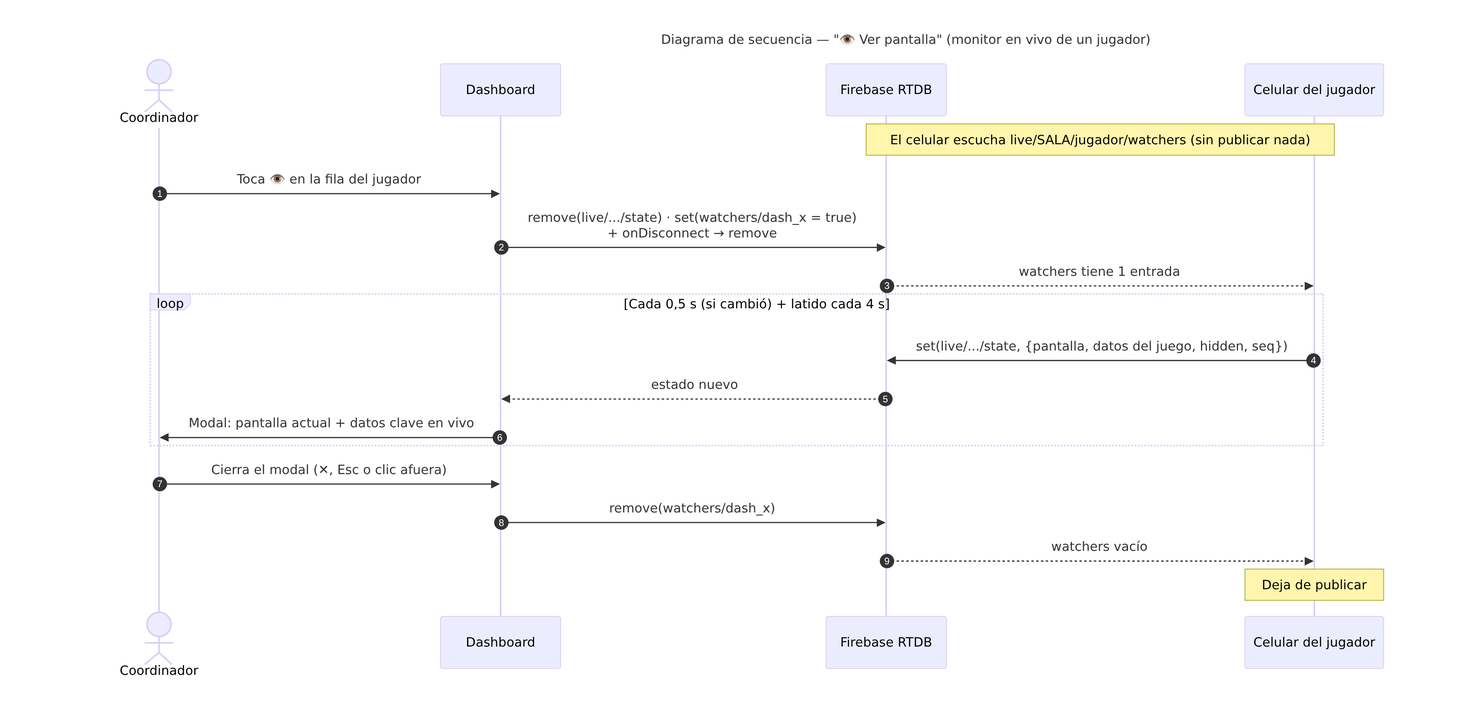
The Mermaid diagram docs/diagramas/13-secuencia-monitor.png in morphine75/escape_room, before a commit. Its source is kept beside it as docs/diagramas/fuentes/13-secuencia-monitor.mmd.
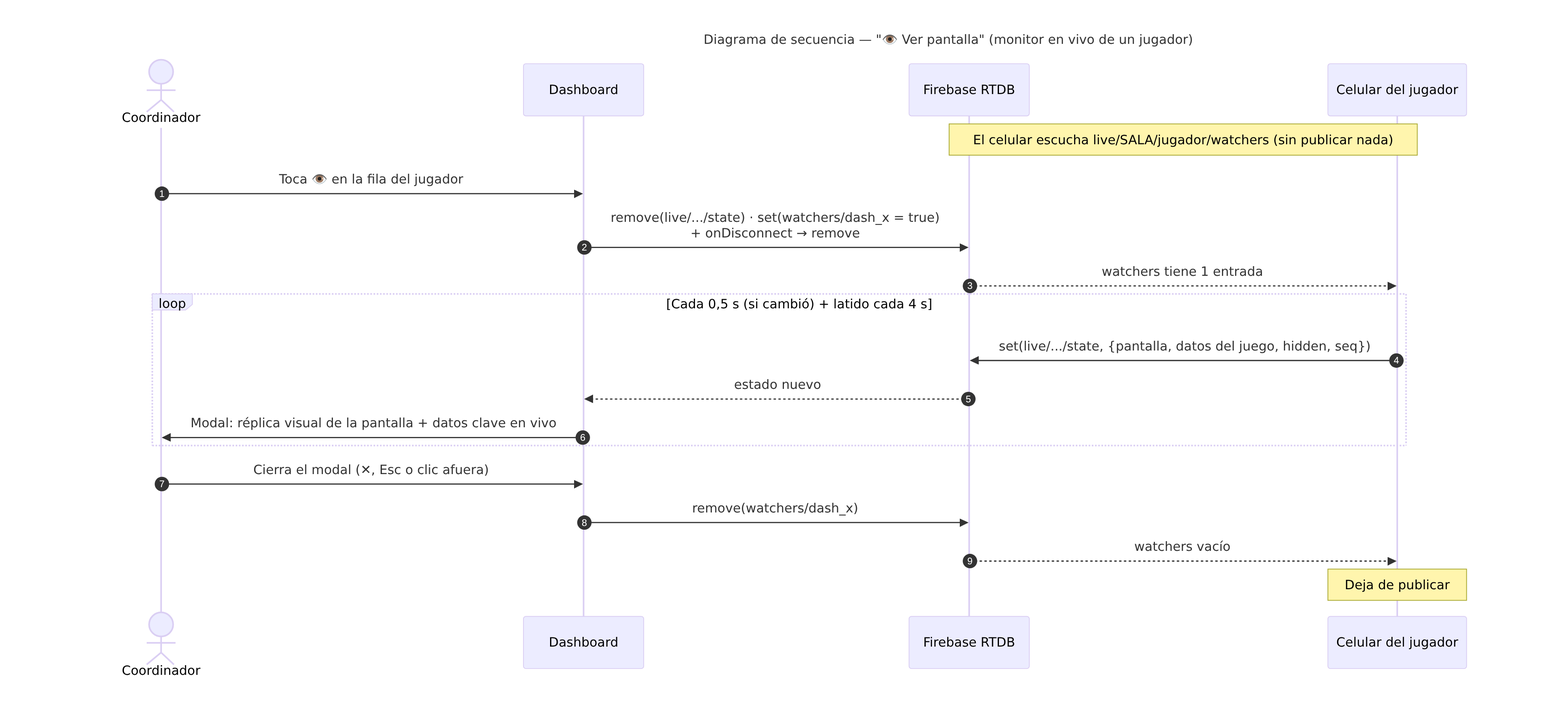
The same diagram one commit later.

Commit message:
Live monitor stage 2: visual replica of the player's screen; Serif font fallback

Change to the diagram source:
```diff
@@ -14,7 +14,7 @@
   loop Cada 0,5 s (si cambió) + latido cada 4 s
     P->>FB: set(live/.../state, {pantalla, datos del juego, hidden, seq})
     FB-->>D: estado nuevo
-    D->>C: Modal: pantalla actual + datos clave en vivo
+    D->>C: Modal: réplica visual de la pantalla + datos clave en vivo
   end
   C->>D: Cierra el modal (✕, Esc o clic afuera)
   D->>FB: remove(watchers/dash_x)
```
